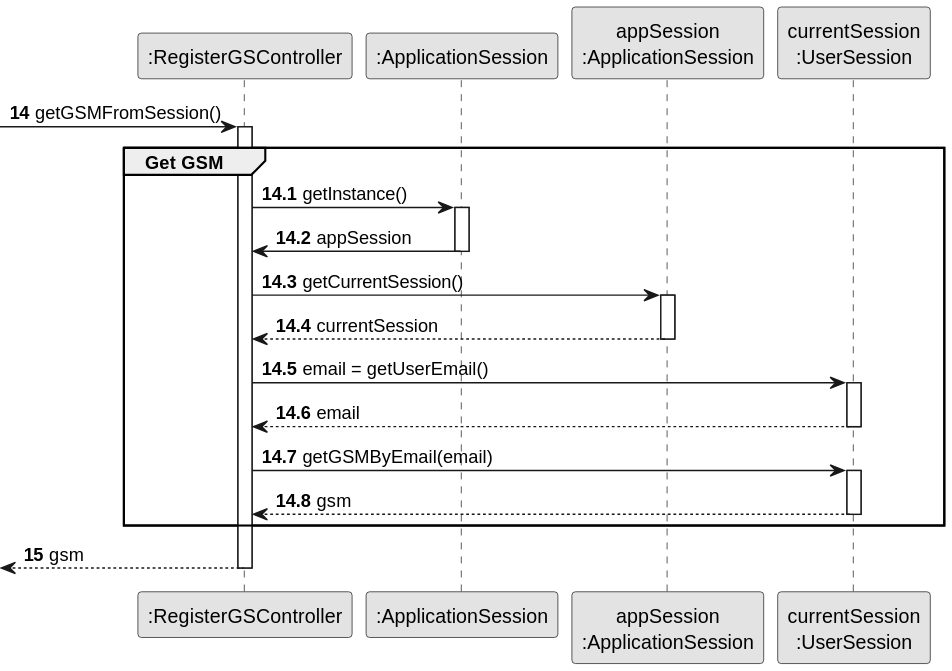
Before: docs/sprint3/us021/03.design/svg/us021-sequence-diagram-partial-get-gsm.svg, a diagram exported from PlantUML (tiagosoa/lei-24-s2-1dgh-g073). The source it was exported from:
```plantuml
@startuml
skinparam monochrome true
skinparam packageStyle rectangle
skinparam shadowing false



participant ":RegisterGSController" as CTRL
participant ":ApplicationSession" as _APP
participant "appSession\n:ApplicationSession" as APP
participant "currentSession\n:UserSession" as SESSAO

autonumber 14
-> CTRL : getGSMFromSession()
autonumber 14.1
activate CTRL

    group Get GSM
        CTRL -> _APP: getInstance()
        activate _APP
            _APP -> CTRL: appSession
        deactivate _APP

        CTRL -> APP: getCurrentSession()
        activate APP

            APP --> CTRL: currentSession
        deactivate APP

        CTRL -> SESSAO: email = getUserEmail()
        activate SESSAO

            SESSAO --> CTRL: email
        deactivate SESSAO

        CTRL -> SESSAO: getGSMByEmail(email)
        activate SESSAO

            SESSAO --> CTRL : gsm
        deactivate SESSAO
    end
    autonumber 15
    <-- CTRL : gsm
deactivate CTRL
@enduml
```
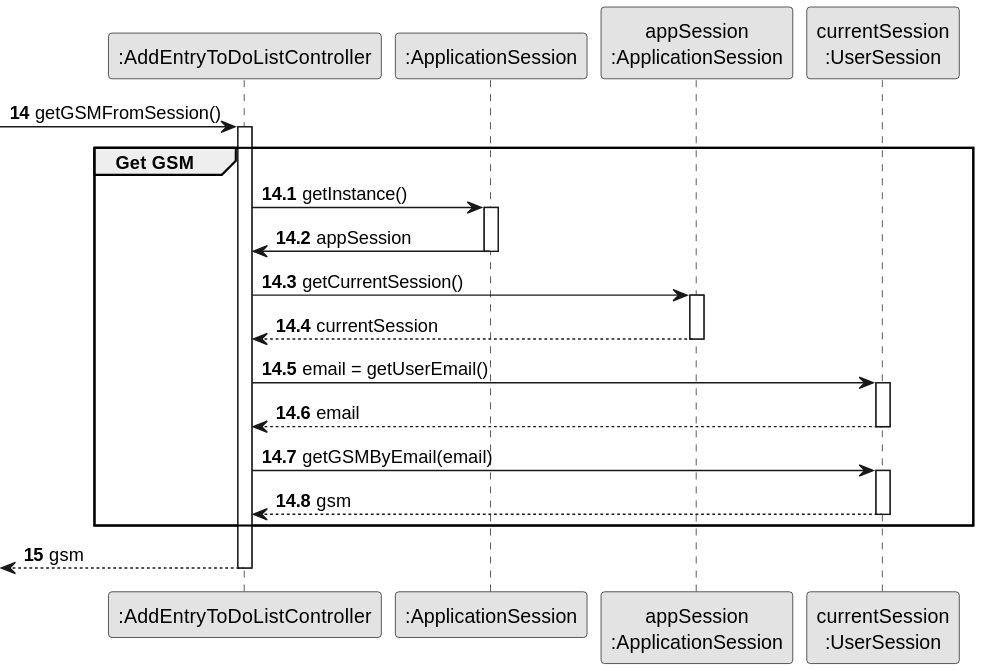
After the change.

What changed in the source:
```diff
@@ -5,7 +5,7 @@
 
 
 
-participant ":RegisterGSController" as CTRL
+participant ":AddEntryToDoListController" as CTRL
 participant ":ApplicationSession" as _APP
 participant "appSession\n:ApplicationSession" as APP
 participant "currentSession\n:UserSession" as SESSAO
```
